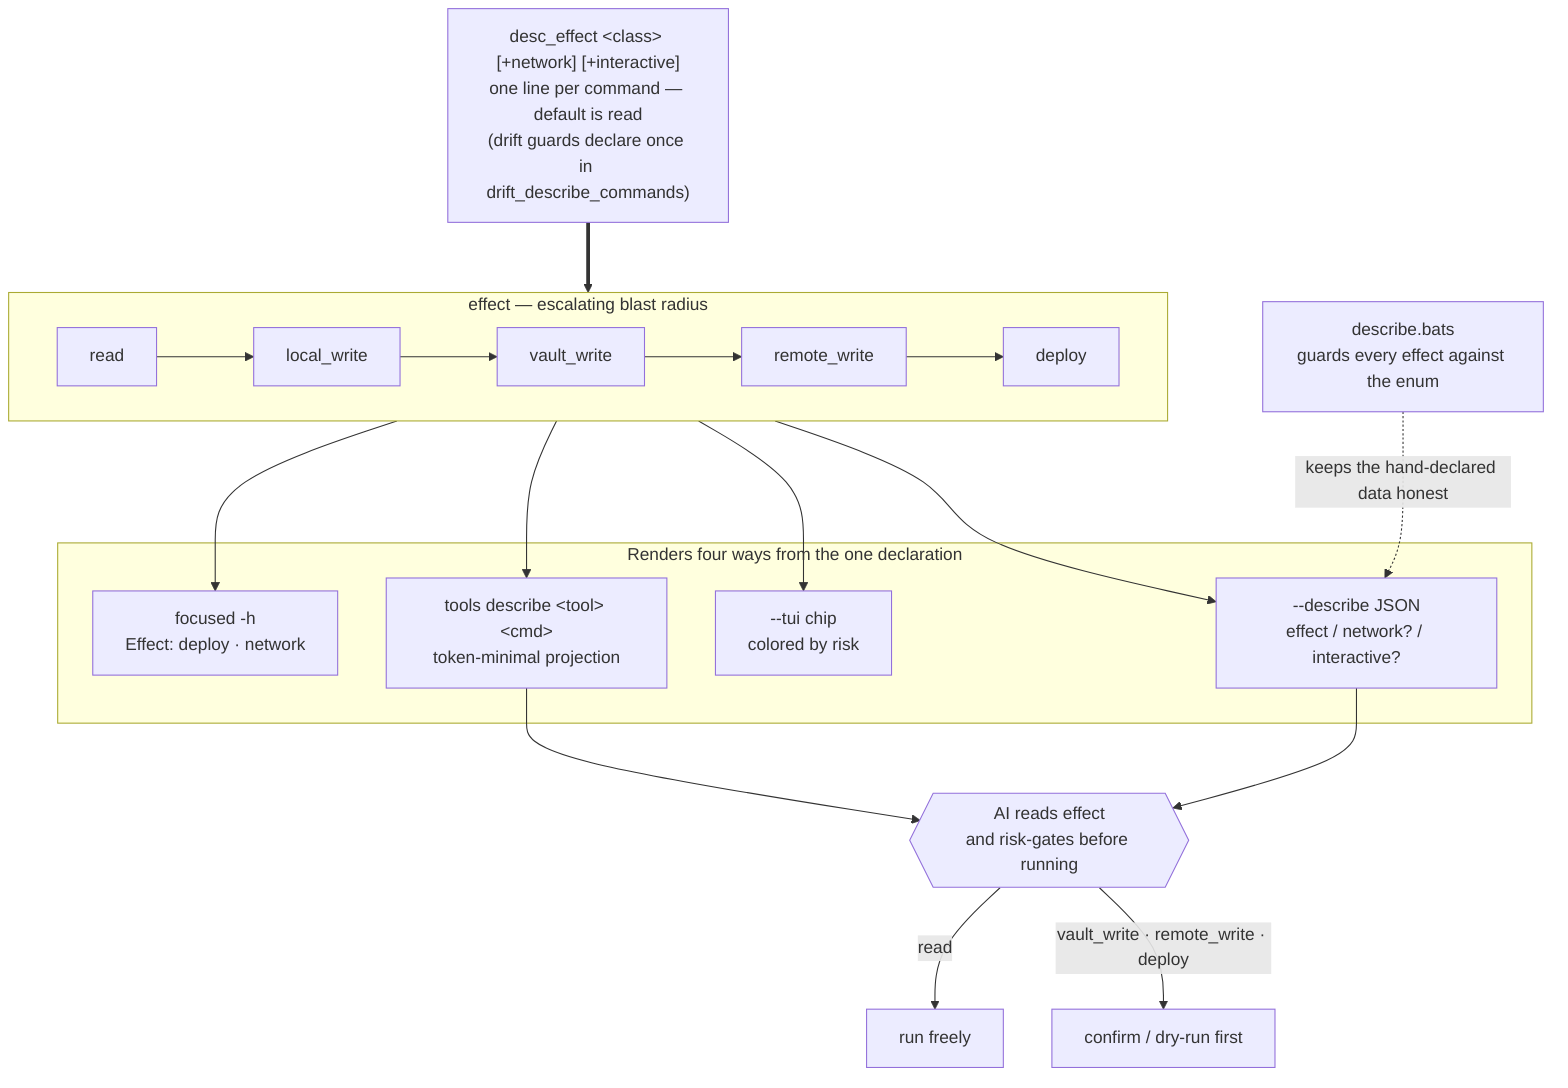
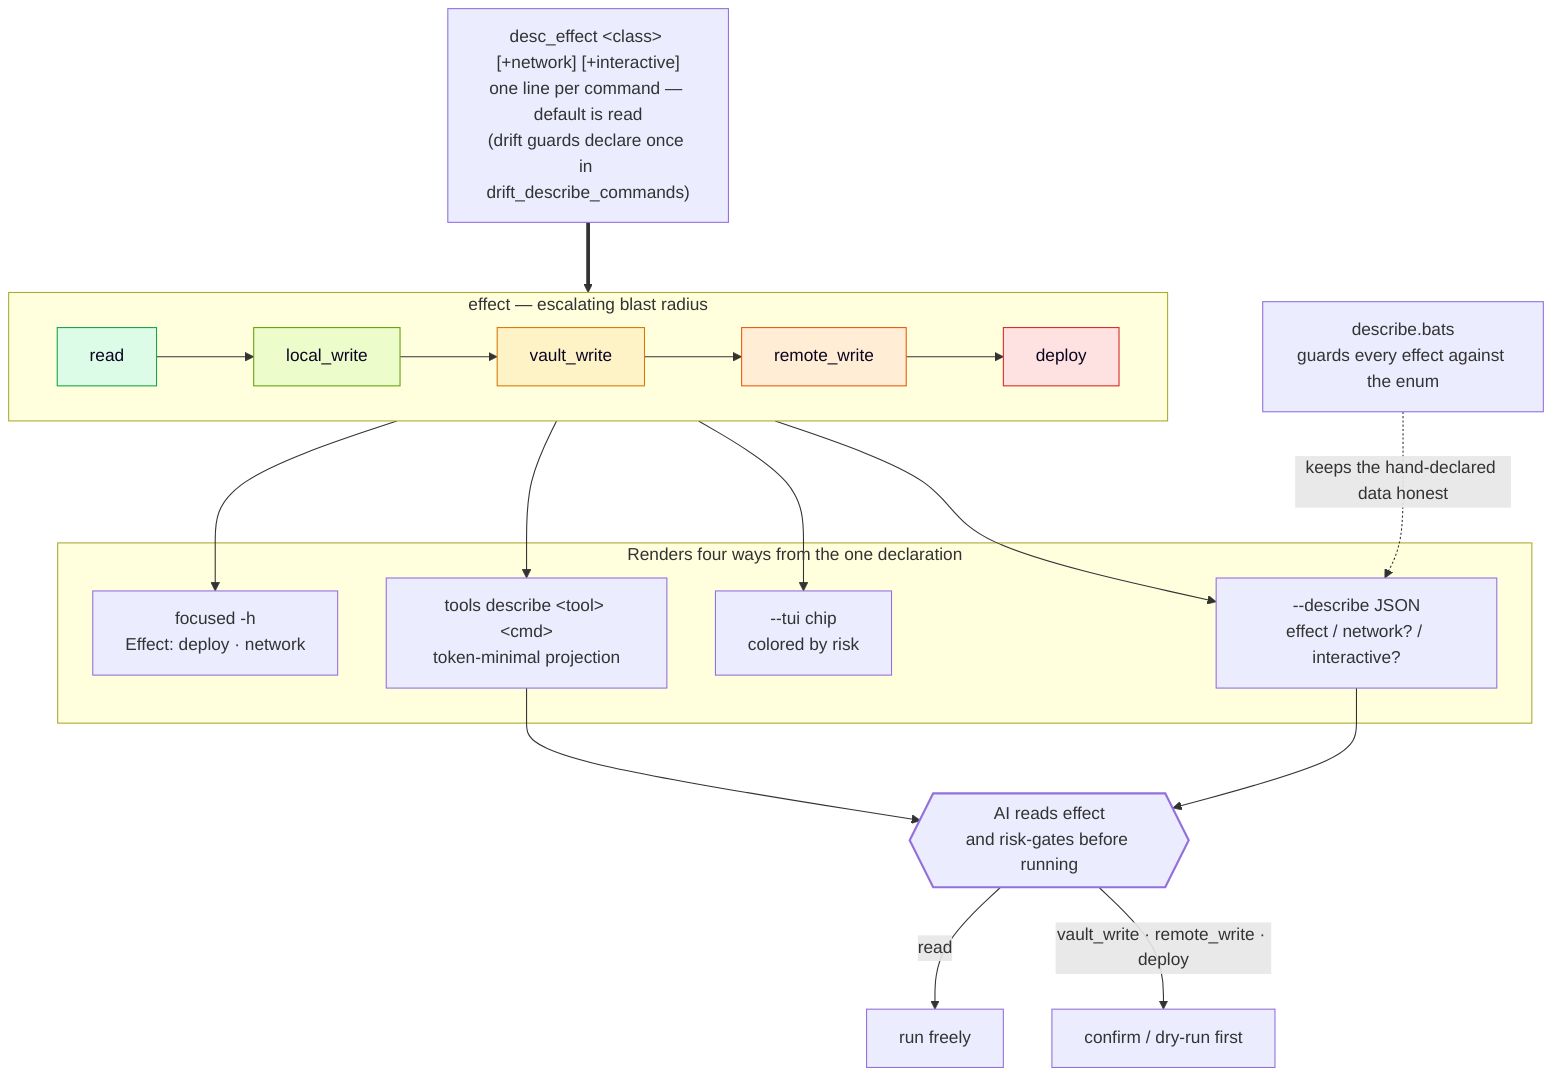
%%{init: {'flowchart': {'rankSpacing': 65, 'nodeSpacing': 45}}}%%
flowchart TB
    decl["desc_effect &lt;class&gt; [+network] [+interactive]<br/>one line per command — default is read<br/>(drift guards declare once in drift_describe_commands)"]

    subgraph ladder["effect — escalating blast radius"]
        direction LR
        r["read"] --> lw["local_write"] --> vw["vault_write"] --> rw["remote_write"] --> dep["deploy"]
    end

    decl ==> ladder

    subgraph surfaces["Renders four ways from the one declaration"]
        h["focused -h<br/>Effect: deploy · network"]
        j["--describe JSON<br/>effect / network? / interactive?"]
        chip["--tui chip<br/>colored by risk"]
        scoped["tools describe &lt;tool&gt; &lt;cmd&gt;<br/>token-minimal projection"]
    end

    ladder --> h
    ladder --> j
    ladder --> chip
    ladder --> scoped

    gate{{"AI reads effect<br/>and risk-gates before running"}}
    j --> gate
    scoped --> gate
    gate -->|"read"| free["run freely"]
    gate -->|"vault_write · remote_write · deploy"| confirm["confirm / dry-run first"]

    enum["describe.bats<br/>guards every effect against the enum"]
    enum -.->|"keeps the hand-declared data honest"| j
+ 
+     %% semantic heat ramp: cool (safe) → hot (irreversible). The one place hue = meaning.
+     classDef e_read fill:#DCFCE7,stroke:#16A34A,color:#0b0620;
+     classDef e_lw   fill:#ECFCCB,stroke:#65A30D,color:#0b0620;
+     classDef e_vw   fill:#FEF3C7,stroke:#D97706,color:#0b0620;
+     classDef e_rw   fill:#FFEDD5,stroke:#EA580C,color:#0b0620;
+     classDef e_dep  fill:#FEE2E2,stroke:#DC2626,color:#0b0620;
+     class r e_read;
+     class lw e_lw;
+     class vw e_vw;
+     class rw e_rw;
+     class dep e_dep;
+ 
+     %% the decision pivot — styled by .anchor in the shared theme
+     classDef anchor stroke-width:2px;
+     class gate anchor;
